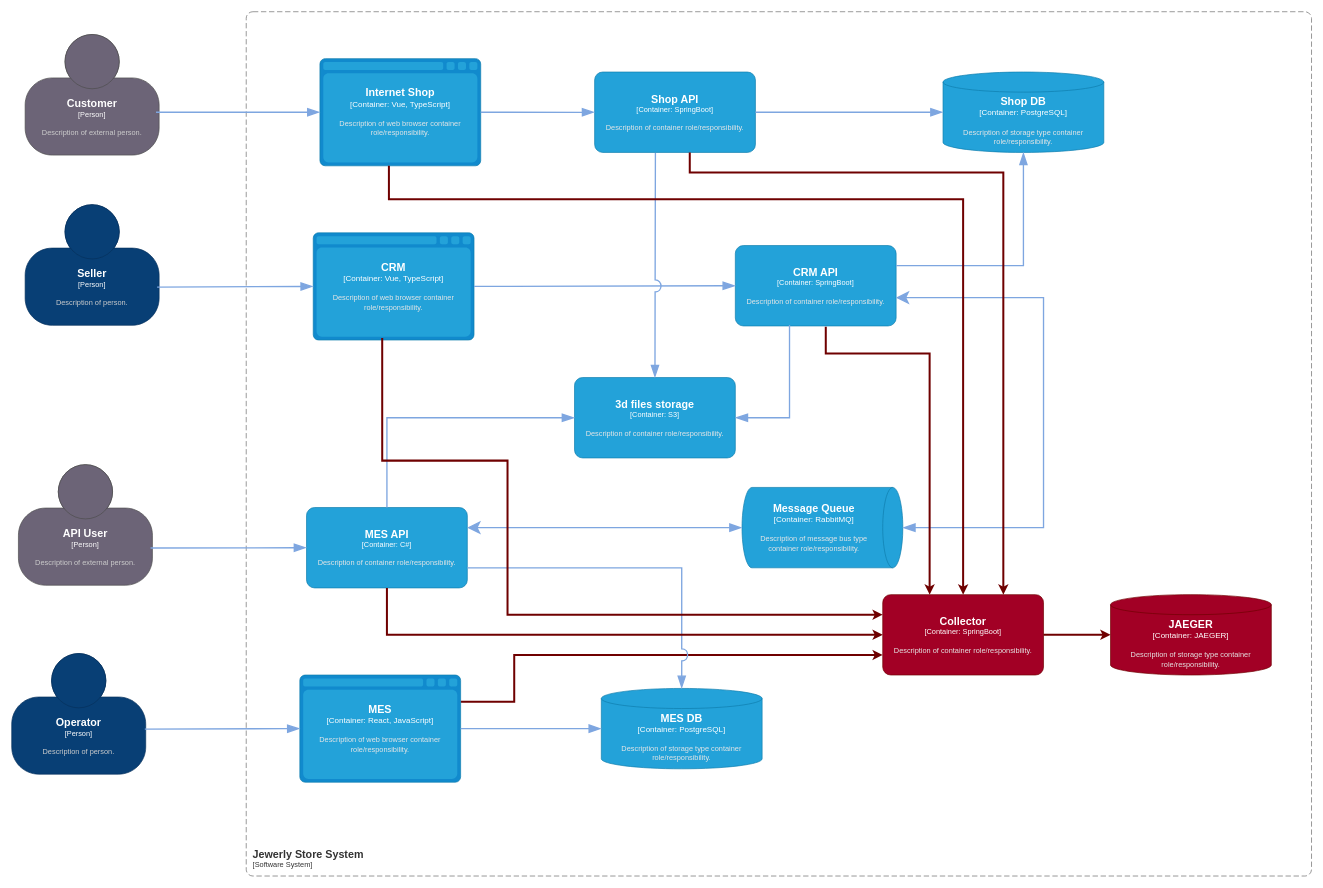
Above: task3/Трейсинг.drawio in Litviki/architecture--alexandrite (draw.io), before the change. Source tidied: cells renumbered, new cells numbered last; positions are measured from the earlier drawing's top-left corner, leaving out a move shared by most shapes. Both pictures are drawn from the tidied source at 67%, with x=0, y=0 at pixel (11, 11).
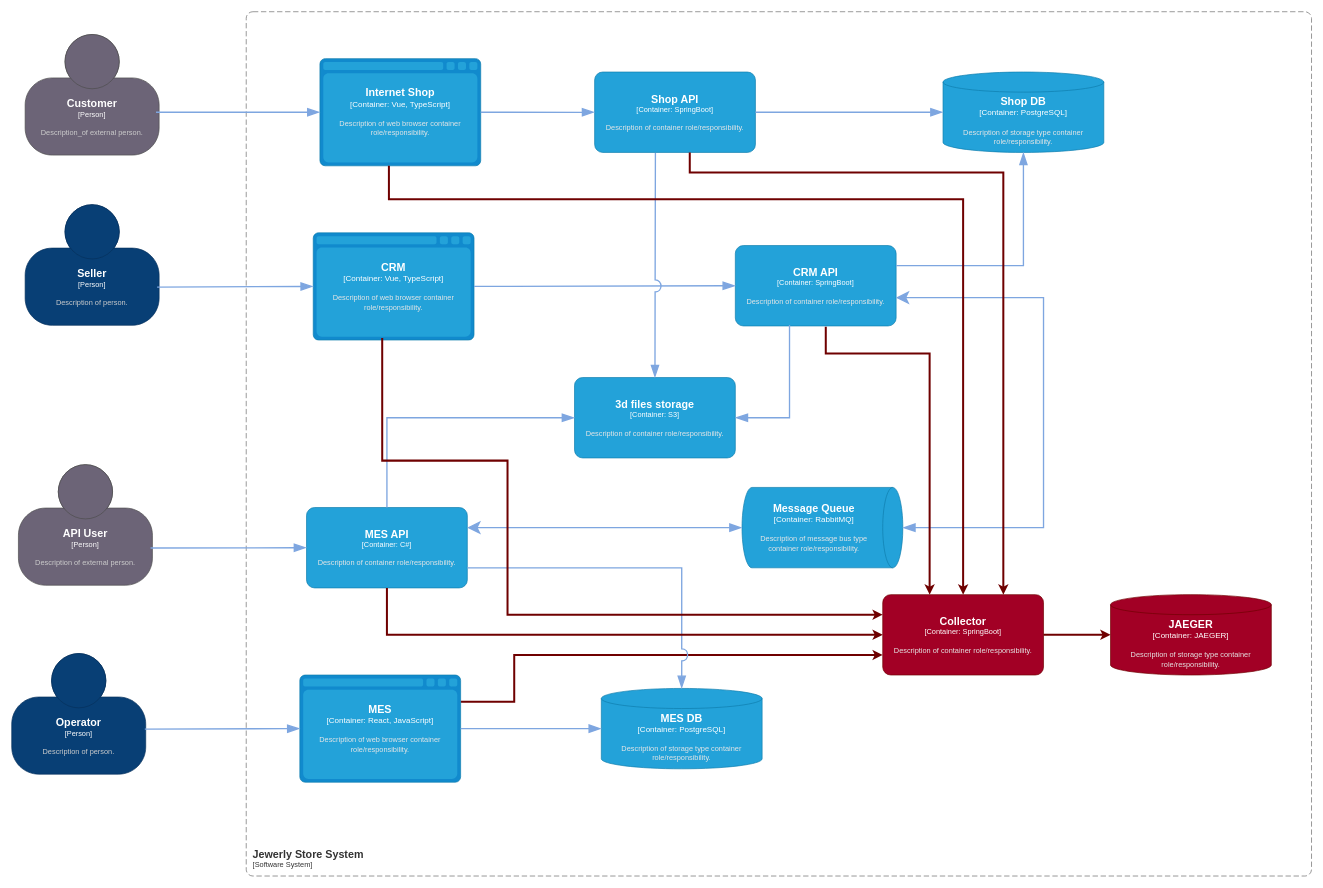
Above is the later version.

Diff of the diagram source:
```diff
@@
-    <object id="2" label="&lt;font style=&quot;font-size: 16px&quot;&gt;&lt;b&gt;%c4Name%&lt;/b&gt;&lt;/font&gt;&lt;div&gt;[%c4Type%]&lt;/div&gt;&lt;br&gt;&lt;div&gt;&lt;font style=&quot;font-size: 11px&quot;&gt;&lt;font color=&quot;#cccccc&quot;&gt;%c4Description%&lt;/font&gt;&lt;/div&gt;" c4Description="Description of external person." c4Name="Customer" c4Type="Person" placeholders="1">
+    <object id="2" label="&lt;font style=&quot;font-size: 16px&quot;&gt;&lt;b&gt;%c4Name%&lt;/b&gt;&lt;/font&gt;&lt;div&gt;[%c4Type%]&lt;/div&gt;&lt;br&gt;&lt;div&gt;&lt;font style=&quot;font-size: 11px&quot;&gt;&lt;font color=&quot;#cccccc&quot;&gt;%c4Description%&lt;/font&gt;&lt;/div&gt;" c4Description="Description_of external person." c4Name="Customer" c4Type="Person" placeholders="1">
       <mxCell style="html=1;fontSize=11;dashed=0;whiteSpace=wrap;fillColor=#6C6477;strokeColor=#4D4D4D;fontColor=#ffffff;shape=mxgraph.c4.person2;align=center;points=[[0.5,0,0],[1,0.5,0],[1,0.75,0],[0.75,1,0],[0.5,1,0],[0.25,1,0],[0,0.75,0],[0,0.5,0]];" parent="1" vertex="1">
         <mxGeometry x="20" y="34" width="200" height="180" as="geometry" />
       </mxCell>
     </object>
```
